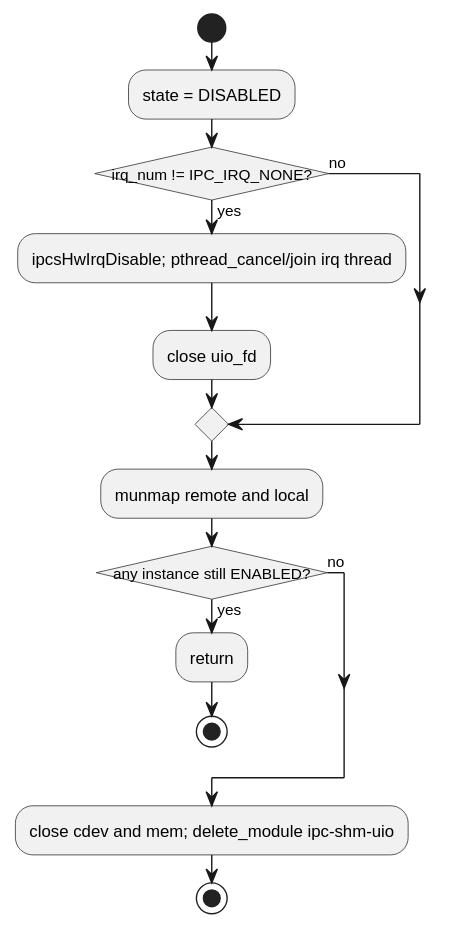
Above: c1_sdd_linux-ipcs/cursor_tmp/flow_svgs/linux_6_4_6_ipcsOsFree.svg in Mastang1/sad_sdd_proj (PlantUML), before the change. Its diagram source:
```plantuml
@startuml
!pragma layout smetana
skinparam conditionStyle insideDiamond
skinparam linetype ortho
start
:state = DISABLED;
if (irq_num != IPC_IRQ_NONE?) then (yes)
  :ipcsHwIrqDisable; pthread_cancel/join irq thread;
  :close uio_fd;
else (no)
endif
:munmap remote and local;
if (any instance still ENABLED?) then (yes)
  :return;
  stop
else (no)
endif
:close cdev and mem; delete_module ipc-shm-uio;
stop
@enduml
```
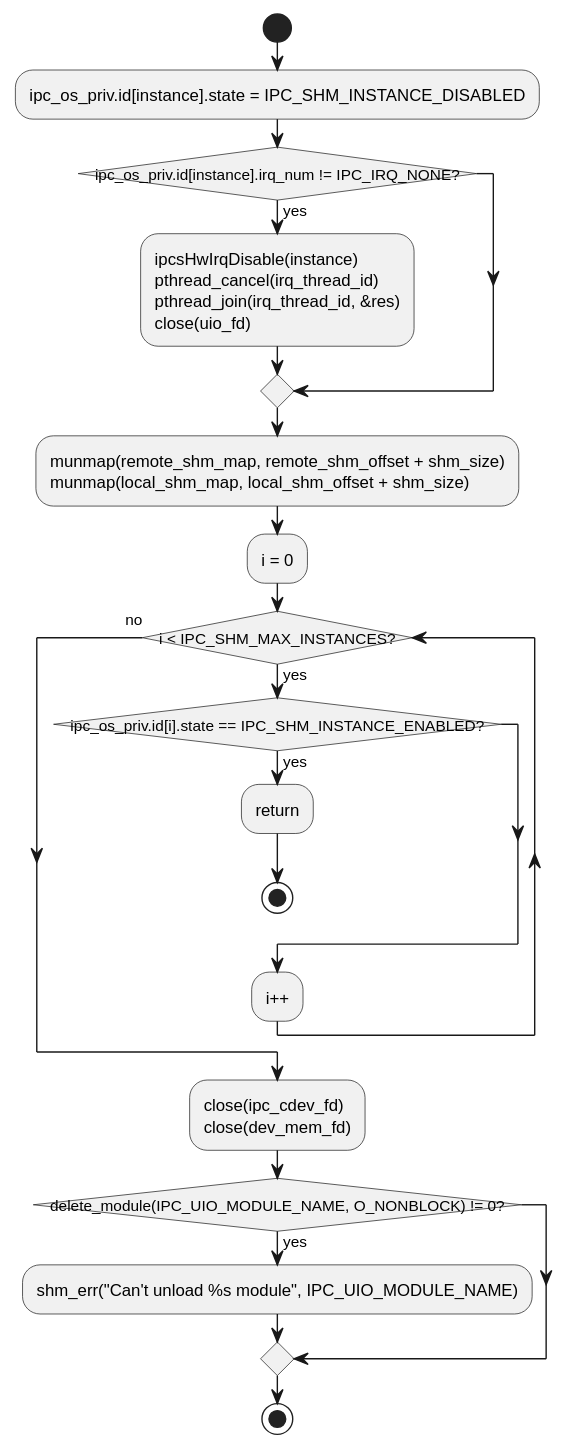
After the commit.

What changed in the source:
```diff
@@ -3,18 +3,22 @@
 skinparam conditionStyle insideDiamond
 skinparam linetype ortho
 start
-:state = DISABLED;
-if (irq_num != IPC_IRQ_NONE?) then (yes)
-  :ipcsHwIrqDisable; pthread_cancel/join irq thread;
-  :close uio_fd;
-else (no)
+:ipc_os_priv.id[instance].state = IPC_SHM_INSTANCE_DISABLED;
+if (ipc_os_priv.id[instance].irq_num != IPC_IRQ_NONE?) then (yes)
+  :ipcsHwIrqDisable(instance)\npthread_cancel(irq_thread_id)\npthread_join(irq_thread_id, &res)\nclose(uio_fd);
 endif
-:munmap remote and local;
-if (any instance still ENABLED?) then (yes)
+:munmap(remote_shm_map, remote_shm_offset + shm_size)\nmunmap(local_shm_map, local_shm_offset + shm_size);
+:i = 0;
+while (i < IPC_SHM_MAX_INSTANCES?) is (yes)
+  if (ipc_os_priv.id[i].state == IPC_SHM_INSTANCE_ENABLED?) then (yes)
   :return;
-  stop
-else (no)
+stop
+  endif
+  :i++;
+endwhile (no)
+:close(ipc_cdev_fd)\nclose(dev_mem_fd);
+if (delete_module(IPC_UIO_MODULE_NAME, O_NONBLOCK) != 0?) then (yes)
+  :shm_err("Can't unload %s module", IPC_UIO_MODULE_NAME);
 endif
-:close cdev and mem; delete_module ipc-shm-uio;
 stop
 @enduml
```
